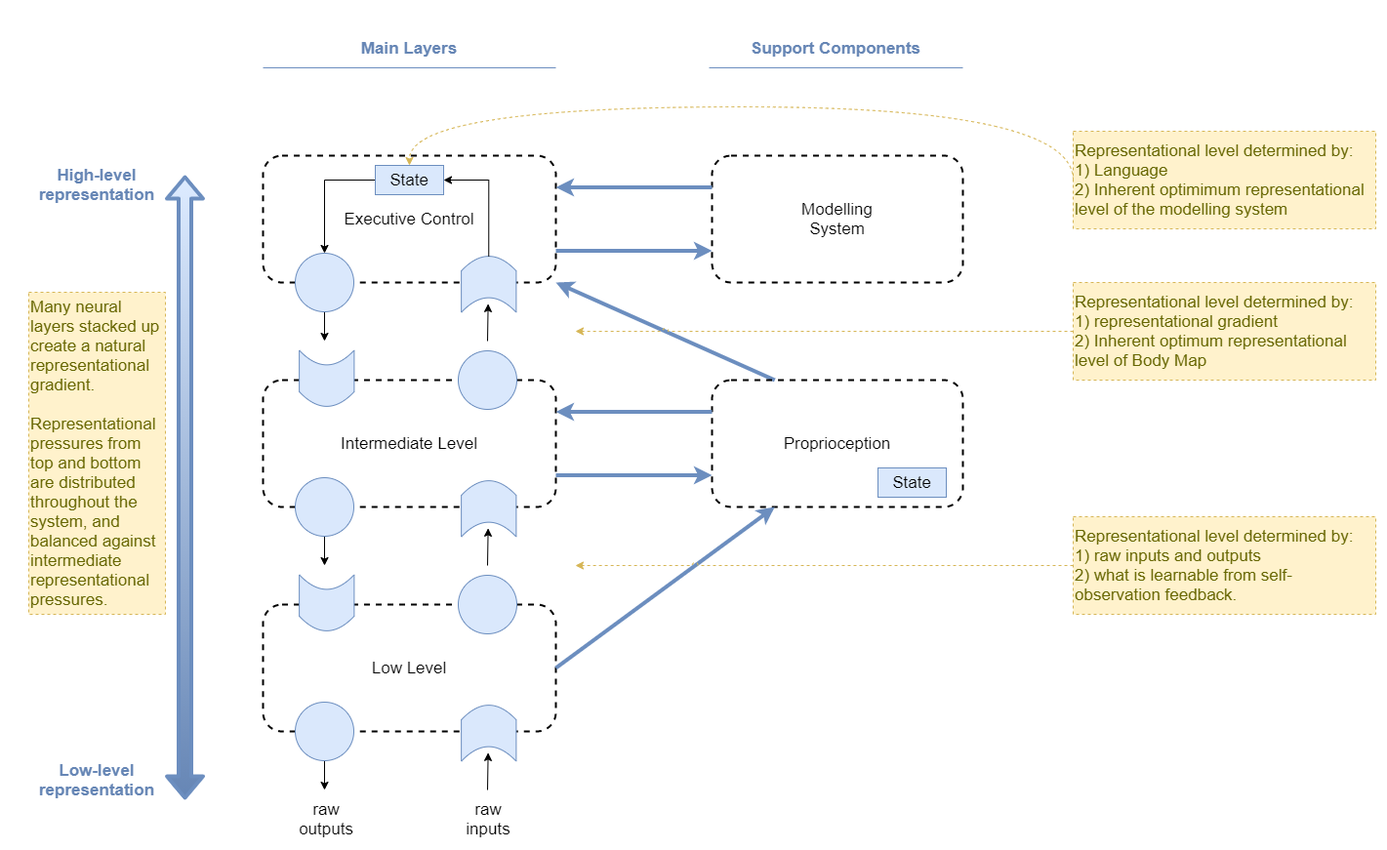
This is files/An-agi-architecture-v1-representational-gradient.png from malcolmlett/malcolmlett.github.io, a draw.io export, as it was before one commit. Source tidied: cells renumbered, new cells last; positions are measured from the earlier drawing's top-left corner, leaving out a move shared by most shapes. Source of this version:
```xml
<mxGraphModel>
  <root>
    <mxCell id="0" />
    <mxCell id="1" parent="0" />
    <mxCell id="2" value="Low Level" style="rounded=1;whiteSpace=wrap;html=1;fillColor=none;dashed=1;strokeWidth=2;fontSize=17;" parent="1" vertex="1">
      <mxGeometry x="240" y="590" width="300" height="130" as="geometry" />
    </mxCell>
    <mxCell id="3" style="edgeStyle=none;rounded=0;jettySize=auto;html=1;fontSize=17;" parent="1" edge="1" source="4">
      <mxGeometry relative="1" as="geometry">
        <mxPoint x="303" y="780" as="targetPoint" />
      </mxGeometry>
    </mxCell>
    <mxCell id="4" style="ellipse;whiteSpace=wrap;html=1;rounded=1;strokeWidth=1;fillColor=#dae8fc;strokeColor=#6c8ebf;fontSize=17;" parent="1" vertex="1">
      <mxGeometry x="273" y="690" width="60" height="60" as="geometry" />
    </mxCell>
    <mxCell id="5" style="ellipse;whiteSpace=wrap;html=1;rounded=1;strokeWidth=1;fillColor=#dae8fc;strokeColor=#6c8ebf;verticalAlign=middle;fontSize=17;" parent="1" vertex="1">
      <mxGeometry x="440" y="560" width="60" height="60" as="geometry" />
    </mxCell>
    <mxCell id="6" style="edgeStyle=none;rounded=0;orthogonalLoop=1;jettySize=auto;html=1;entryX=0.5;entryY=1;entryDx=0;entryDy=0;fontSize=17;" parent="1" edge="1">
      <mxGeometry relative="1" as="geometry">
        <mxPoint x="470" y="780" as="sourcePoint" />
        <mxPoint x="470.6" y="741.9" as="targetPoint" />
      </mxGeometry>
    </mxCell>
    <mxCell id="7" style="shape=dataStorage;whiteSpace=wrap;html=1;fixedSize=1;rounded=1;strokeWidth=1;fillColor=#dae8fc;strokeColor=#6c8ebf;rotation=-90;size=15;horizontal=1;fontSize=17;" parent="1" vertex="1">
      <mxGeometry x="276.5" y="560" width="57.5" height="56.2" as="geometry" />
    </mxCell>
    <mxCell id="8" style="shape=dataStorage;whiteSpace=wrap;html=1;fixedSize=1;rounded=1;strokeWidth=1;fillColor=#dae8fc;strokeColor=#6c8ebf;rotation=90;size=15;horizontal=1;fontSize=17;" parent="1" vertex="1">
      <mxGeometry x="442.5" y="693.8" width="57.5" height="56.2" as="geometry" />
    </mxCell>
    <mxCell id="9" value="Intermediate Level" style="rounded=1;whiteSpace=wrap;html=1;fillColor=none;dashed=1;strokeWidth=2;fontSize=17;" parent="1" vertex="1">
      <mxGeometry x="240" y="360" width="300" height="130" as="geometry" />
    </mxCell>
    <mxCell id="10" style="edgeStyle=none;rounded=0;jettySize=auto;html=1;fontSize=17;" parent="1" edge="1" source="11">
      <mxGeometry relative="1" as="geometry">
        <mxPoint x="303" y="550" as="targetPoint" />
      </mxGeometry>
    </mxCell>
    <mxCell id="11" style="ellipse;whiteSpace=wrap;html=1;rounded=1;strokeWidth=1;fillColor=#dae8fc;strokeColor=#6c8ebf;fontSize=17;" parent="1" vertex="1">
      <mxGeometry x="273" y="460" width="60" height="60" as="geometry" />
    </mxCell>
    <mxCell id="12" style="ellipse;whiteSpace=wrap;html=1;rounded=1;strokeWidth=1;fillColor=#dae8fc;strokeColor=#6c8ebf;verticalAlign=middle;fontSize=17;" parent="1" vertex="1">
      <mxGeometry x="440" y="330" width="60" height="60" as="geometry" />
    </mxCell>
    <mxCell id="13" style="edgeStyle=none;rounded=0;orthogonalLoop=1;jettySize=auto;html=1;entryX=0.5;entryY=1;entryDx=0;entryDy=0;fontSize=17;" parent="1" edge="1">
      <mxGeometry relative="1" as="geometry">
        <mxPoint x="470" y="550" as="sourcePoint" />
        <mxPoint x="470.6" y="511.9" as="targetPoint" />
      </mxGeometry>
    </mxCell>
    <mxCell id="14" style="shape=dataStorage;whiteSpace=wrap;html=1;fixedSize=1;rounded=1;strokeWidth=1;fillColor=#dae8fc;strokeColor=#6c8ebf;rotation=-90;size=15;horizontal=1;fontSize=17;" parent="1" vertex="1">
      <mxGeometry x="276.5" y="330" width="57.5" height="56.2" as="geometry" />
    </mxCell>
    <mxCell id="15" style="shape=dataStorage;whiteSpace=wrap;html=1;fixedSize=1;rounded=1;strokeWidth=1;fillColor=#dae8fc;strokeColor=#6c8ebf;rotation=90;size=15;horizontal=1;fontSize=17;" parent="1" vertex="1">
      <mxGeometry x="442.5" y="463.8" width="57.5" height="56.2" as="geometry" />
    </mxCell>
    <mxCell id="16" value="Executive Control" style="rounded=1;whiteSpace=wrap;html=1;fillColor=none;dashed=1;strokeWidth=2;fontSize=17;" parent="1" vertex="1">
      <mxGeometry x="240" y="130" width="300" height="130" as="geometry" />
    </mxCell>
    <mxCell id="17" style="edgeStyle=none;rounded=0;jettySize=auto;html=1;fontSize=17;" parent="1" edge="1" source="18">
      <mxGeometry relative="1" as="geometry">
        <mxPoint x="303" y="320" as="targetPoint" />
      </mxGeometry>
    </mxCell>
    <mxCell id="18" style="ellipse;whiteSpace=wrap;html=1;rounded=1;strokeWidth=1;fillColor=#dae8fc;strokeColor=#6c8ebf;fontSize=17;" parent="1" vertex="1">
      <mxGeometry x="273" y="230" width="60" height="60" as="geometry" />
    </mxCell>
    <mxCell id="19" style="edgeStyle=none;rounded=0;orthogonalLoop=1;jettySize=auto;html=1;entryX=0.5;entryY=1;entryDx=0;entryDy=0;fontSize=17;" parent="1" edge="1">
      <mxGeometry relative="1" as="geometry">
        <mxPoint x="470" y="320" as="sourcePoint" />
        <mxPoint x="470.6" y="281.9" as="targetPoint" />
      </mxGeometry>
    </mxCell>
    <mxCell id="20" style="shape=dataStorage;whiteSpace=wrap;html=1;fixedSize=1;rounded=1;strokeWidth=1;fillColor=#dae8fc;strokeColor=#6c8ebf;rotation=90;size=15;horizontal=1;fontSize=17;" parent="1" vertex="1">
      <mxGeometry x="442.5" y="233.8" width="57.5" height="56.2" as="geometry" />
    </mxCell>
    <mxCell id="21" style="rounded=1;jettySize=auto;html=1;entryX=1;entryY=1;entryDx=0;entryDy=0;fontSize=17;strokeColor=#6c8ebf;strokeWidth=4;fillColor=#dae8fc;exitX=0.25;exitY=0;exitDx=0;exitDy=0;" parent="1" edge="1" source="22" target="16">
      <mxGeometry relative="1" as="geometry" />
    </mxCell>
    <mxCell id="22" value="Proprioception" style="rounded=1;whiteSpace=wrap;html=1;fillColor=none;dashed=1;strokeWidth=2;fontSize=17;" parent="1" vertex="1">
      <mxGeometry x="700" y="360" width="257" height="130" as="geometry" />
    </mxCell>
    <mxCell id="23" value="State" style="rounded=0;whiteSpace=wrap;html=1;fillColor=#dae8fc;strokeColor=#6c8ebf;fontSize=17;" parent="1" vertex="1">
      <mxGeometry x="870" y="450" width="70" height="30" as="geometry" />
    </mxCell>
    <mxCell id="24" style="endArrow=classic;html=1;exitX=1;exitY=0.5;exitDx=0;exitDy=0;strokeWidth=4;fillColor=#dae8fc;strokeColor=#6c8ebf;entryX=0.25;entryY=1;entryDx=0;entryDy=0;fontSize=17;" parent="1" edge="1" source="2" target="22">
      <mxGeometry relative="1" as="geometry" />
    </mxCell>
    <mxCell id="25" style="endArrow=classic;html=1;exitX=0;exitY=0.25;exitDx=0;exitDy=0;strokeWidth=4;fillColor=#dae8fc;strokeColor=#6c8ebf;entryX=1;entryY=0.25;entryDx=0;entryDy=0;fontSize=17;" parent="1" edge="1" source="22" target="9">
      <mxGeometry relative="1" as="geometry" />
    </mxCell>
    <mxCell id="26" style="endArrow=classic;html=1;exitX=1;exitY=0.75;exitDx=0;exitDy=0;strokeWidth=4;fillColor=#dae8fc;strokeColor=#6c8ebf;entryX=0;entryY=0.75;entryDx=0;entryDy=0;fontSize=17;" parent="1" edge="1" source="9" target="22">
      <mxGeometry relative="1" as="geometry" />
    </mxCell>
    <mxCell id="27" value="Modelling&lt;br&gt;System" style="rounded=1;whiteSpace=wrap;html=1;fillColor=none;dashed=1;strokeWidth=2;fontSize=17;" parent="1" vertex="1">
      <mxGeometry x="700" y="130" width="257" height="130" as="geometry" />
    </mxCell>
    <mxCell id="28" style="endArrow=classic;html=1;exitX=0;exitY=0.25;exitDx=0;exitDy=0;strokeWidth=4;fillColor=#dae8fc;strokeColor=#6c8ebf;entryX=1;entryY=0.25;entryDx=0;entryDy=0;fontSize=17;" parent="1" edge="1" source="27" target="16">
      <mxGeometry relative="1" as="geometry" />
    </mxCell>
    <mxCell id="29" style="endArrow=classic;html=1;exitX=1;exitY=0.75;exitDx=0;exitDy=0;strokeWidth=4;fillColor=#dae8fc;strokeColor=#6c8ebf;entryX=0;entryY=0.75;entryDx=0;entryDy=0;fontSize=17;" parent="1" edge="1" source="16" target="27">
      <mxGeometry relative="1" as="geometry" />
    </mxCell>
    <mxCell id="30" style="shape=flexArrow;endArrow=classic;startArrow=classic;html=1;strokeWidth=4;strokeColor=#6c8ebf;gradientColor=#6686B5;fillColor=#DDEBFF;fontSize=17;" parent="1" edge="1">
      <mxGeometry relative="1" as="geometry">
        <mxPoint x="160" y="790" as="sourcePoint" />
        <mxPoint x="160" y="150" as="targetPoint" />
      </mxGeometry>
    </mxCell>
    <mxCell id="31" value="High-level&lt;br style=&quot;font-size: 17px;&quot;&gt;representation" style="text;html=1;strokeColor=none;fillColor=none;align=center;verticalAlign=middle;whiteSpace=wrap;rounded=0;fontColor=#6686B5;fontStyle=1;fontSize=17;" parent="1" vertex="1">
      <mxGeometry x="20" y="140" width="100" height="40" as="geometry" />
    </mxCell>
    <mxCell id="32" value="Low-level&lt;br style=&quot;font-size: 17px;&quot;&gt;representation" style="text;html=1;strokeColor=none;fillColor=none;align=center;verticalAlign=middle;whiteSpace=wrap;rounded=0;fontColor=#6686B5;fontStyle=1;fontSize=17;" parent="1" vertex="1">
      <mxGeometry x="20" y="750" width="100" height="40" as="geometry" />
    </mxCell>
    <mxCell id="33" value="raw outputs" style="text;html=1;strokeColor=none;fillColor=none;align=center;verticalAlign=middle;whiteSpace=wrap;rounded=0;fontSize=17;" parent="1" vertex="1">
      <mxGeometry x="285" y="800" width="40" height="20" as="geometry" />
    </mxCell>
    <mxCell id="34" value="raw inputs" style="text;html=1;strokeColor=none;fillColor=none;align=center;verticalAlign=middle;whiteSpace=wrap;rounded=0;fontSize=17;" parent="1" vertex="1">
      <mxGeometry x="451.2" y="800" width="40" height="20" as="geometry" />
    </mxCell>
    <mxCell id="35" value="Representational level determined by:&lt;br&gt;1) raw inputs and outputs&lt;br&gt;2) what is learnable from self-observation feedback." style="rounded=0;whiteSpace=wrap;html=1;align=left;fillColor=#fff2cc;strokeColor=#d6b656;fontColor=#666600;dashed=1;fontSize=17;" parent="1" vertex="1">
      <mxGeometry x="1070" y="500" width="310" height="100" as="geometry" />
    </mxCell>
    <mxCell id="36" style="rounded=0;jumpStyle=arc;jettySize=auto;html=1;strokeWidth=1;fontColor=#666600;dashed=1;strokeColor=#d6b656;fillColor=#fff2cc;endArrow=classic;endFill=1;fontSize=17;" parent="1" edge="1" source="35">
      <mxGeometry relative="1" as="geometry">
        <mxPoint x="560" y="550" as="targetPoint" />
      </mxGeometry>
    </mxCell>
    <mxCell id="37" value="Representational level determined by:&lt;br&gt;1) Language&lt;br&gt;2) Inherent optimimum representational level of the modelling system" style="rounded=0;whiteSpace=wrap;html=1;align=left;fillColor=#fff2cc;strokeColor=#d6b656;fontColor=#666600;dashed=1;fontSize=17;" parent="1" vertex="1">
      <mxGeometry x="1070" y="105" width="310" height="100" as="geometry" />
    </mxCell>
    <mxCell id="38" style="jumpStyle=arc;jettySize=auto;html=1;strokeWidth=1;fontColor=#666600;dashed=1;strokeColor=#d6b656;fillColor=#fff2cc;endArrow=classic;endFill=1;fontSize=17;entryX=0.5;entryY=0;entryDx=0;entryDy=0;edgeStyle=orthogonalEdgeStyle;curved=1;exitX=0;exitY=0.5;exitDx=0;exitDy=0;" parent="1" edge="1" source="37" target="40">
      <mxGeometry relative="1" as="geometry">
        <Array as="points">
          <mxPoint x="1070" y="80" />
          <mxPoint x="390" y="80" />
        </Array>
      </mxGeometry>
    </mxCell>
    <mxCell id="39" style="edgeStyle=orthogonalEdgeStyle;rounded=0;jettySize=auto;html=1;fontSize=17;exitX=0;exitY=0.5;exitDx=0;exitDy=0;entryX=0.5;entryY=0;entryDx=0;entryDy=0;" parent="1" edge="1" source="40" target="18">
      <mxGeometry relative="1" as="geometry">
        <Array as="points">
          <mxPoint x="303" y="155" />
        </Array>
      </mxGeometry>
    </mxCell>
    <mxCell id="40" value="State" style="rounded=0;whiteSpace=wrap;html=1;fillColor=#dae8fc;strokeColor=#6c8ebf;fontSize=17;" parent="1" vertex="1">
      <mxGeometry x="355" y="140" width="70" height="30" as="geometry" />
    </mxCell>
    <mxCell id="41" style="edgeStyle=orthogonalEdgeStyle;rounded=0;jettySize=auto;html=1;fontSize=17;exitX=0;exitY=0.5;exitDx=0;exitDy=0;entryX=1;entryY=0.5;entryDx=0;entryDy=0;" parent="1" edge="1" source="20" target="40">
      <mxGeometry relative="1" as="geometry">
        <Array as="points">
          <mxPoint x="471" y="155" />
        </Array>
      </mxGeometry>
    </mxCell>
    <mxCell id="42" value="Representational level determined by:&lt;br&gt;1)&amp;nbsp;representational gradient&lt;br&gt;2) Inherent optimum representational level of Body Map" style="rounded=0;whiteSpace=wrap;html=1;align=left;fillColor=#fff2cc;strokeColor=#d6b656;fontColor=#666600;dashed=1;fontSize=17;" parent="1" vertex="1">
      <mxGeometry x="1070" y="260" width="310" height="100" as="geometry" />
    </mxCell>
    <mxCell id="43" value="Many neural layers stacked up create a natural representational gradient. &lt;br&gt;&lt;br&gt;Representational pressures from top and bottom are distributed throughout the system, and balanced against intermediate representational pressures." style="rounded=0;whiteSpace=wrap;html=1;align=left;fillColor=#fff2cc;strokeColor=#d6b656;fontColor=#666600;dashed=1;fontSize=17;" parent="1" vertex="1">
      <mxGeometry y="270" width="140" height="330" as="geometry" />
    </mxCell>
    <mxCell id="44" value="Main Layers" style="text;html=1;strokeColor=none;fillColor=none;align=center;verticalAlign=middle;whiteSpace=wrap;rounded=0;fontColor=#6686B5;fontStyle=1;fontSize=17;" parent="1" vertex="1">
      <mxGeometry x="240" width="300" height="40" as="geometry" />
    </mxCell>
    <mxCell id="45" style="endArrow=none;html=1;strokeWidth=1;fillColor=#dae8fc;fontSize=12;fontColor=#000000;strokeColor=#6c8ebf;" parent="1" edge="1">
      <mxGeometry relative="1" as="geometry">
        <mxPoint x="240" y="40" as="sourcePoint" />
        <mxPoint x="540" y="40" as="targetPoint" />
      </mxGeometry>
    </mxCell>
    <mxCell id="46" value="Support Components" style="text;html=1;strokeColor=none;fillColor=none;align=center;verticalAlign=middle;whiteSpace=wrap;rounded=0;fontColor=#6686B5;fontStyle=1;fontSize=17;" parent="1" vertex="1">
      <mxGeometry x="697" width="260" height="40" as="geometry" />
    </mxCell>
    <mxCell id="47" style="endArrow=none;html=1;strokeWidth=1;fillColor=#dae8fc;fontSize=12;fontColor=#000000;strokeColor=#6c8ebf;" parent="1" edge="1">
      <mxGeometry relative="1" as="geometry">
        <mxPoint x="697" y="40" as="sourcePoint" />
        <mxPoint x="957" y="40" as="targetPoint" />
      </mxGeometry>
    </mxCell>
    <mxCell id="48" style="rounded=0;jumpStyle=arc;jettySize=auto;html=1;strokeWidth=1;fontColor=#666600;dashed=1;strokeColor=#d6b656;fillColor=#fff2cc;endArrow=classic;endFill=1;fontSize=17;" parent="1" edge="1" source="42">
      <mxGeometry relative="1" as="geometry">
        <mxPoint x="560" y="310" as="targetPoint" />
      </mxGeometry>
    </mxCell>
  </root>
</mxGraphModel>
```
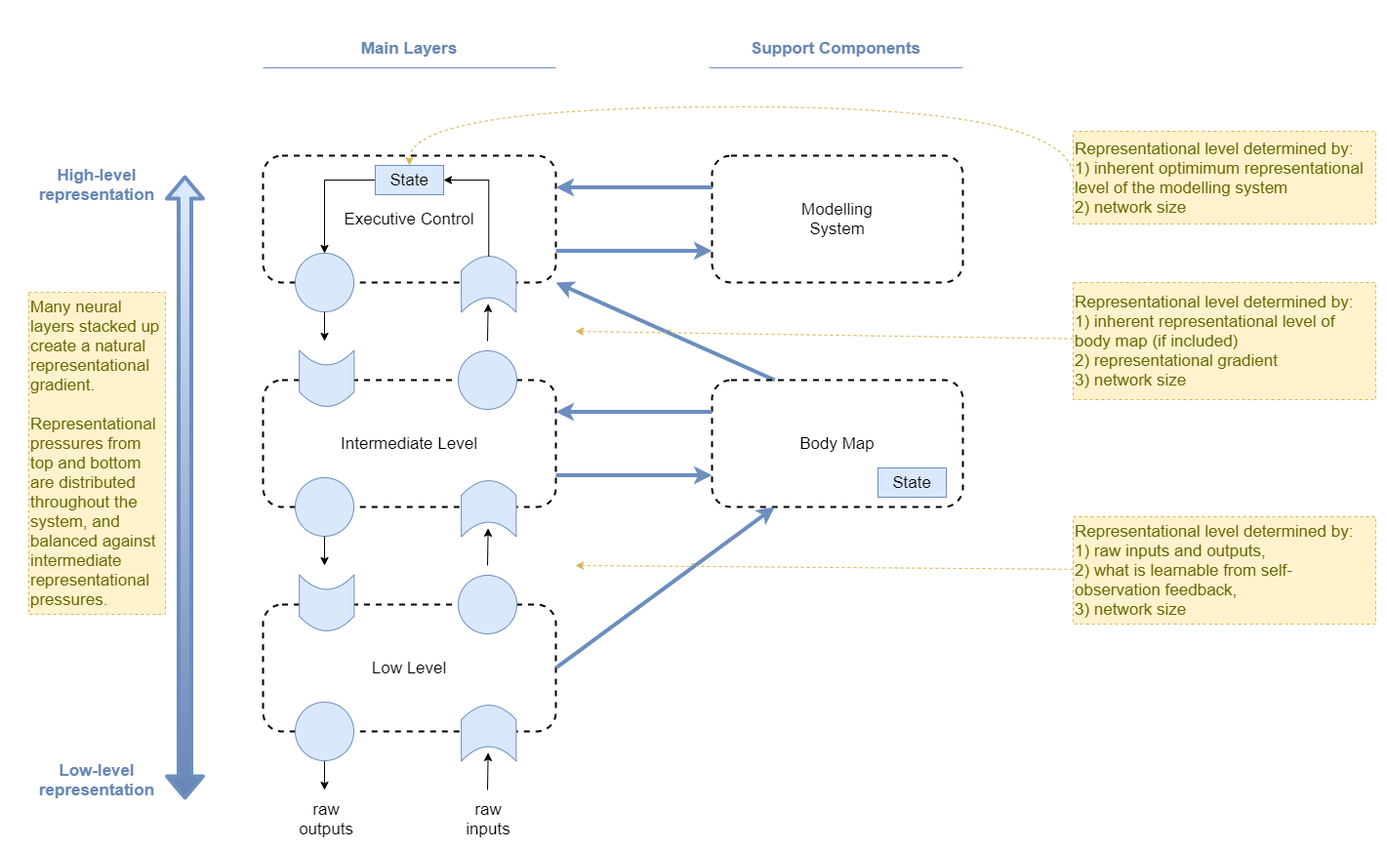
The same diagram one commit later.

Change to the diagram source:
```diff
@@ -77,7 +77,7 @@
     <mxCell id="21" style="rounded=1;jettySize=auto;html=1;entryX=1;entryY=1;entryDx=0;entryDy=0;fontSize=17;strokeColor=#6c8ebf;strokeWidth=4;fillColor=#dae8fc;exitX=0.25;exitY=0;exitDx=0;exitDy=0;" parent="1" edge="1" source="22" target="16">
       <mxGeometry relative="1" as="geometry" />
     </mxCell>
-    <mxCell id="22" value="Proprioception" style="rounded=1;whiteSpace=wrap;html=1;fillColor=none;dashed=1;strokeWidth=2;fontSize=17;" parent="1" vertex="1">
+    <mxCell id="22" value="Body Map" style="rounded=1;whiteSpace=wrap;html=1;fillColor=none;dashed=1;strokeWidth=2;fontSize=17;" parent="1" vertex="1">
       <mxGeometry x="700" y="360" width="257" height="130" as="geometry" />
     </mxCell>
     <mxCell id="23" value="State" style="rounded=0;whiteSpace=wrap;html=1;fillColor=#dae8fc;strokeColor=#6c8ebf;fontSize=17;" parent="1" vertex="1">
@@ -119,16 +119,16 @@
     <mxCell id="34" value="raw inputs" style="text;html=1;strokeColor=none;fillColor=none;align=center;verticalAlign=middle;whiteSpace=wrap;rounded=0;fontSize=17;" parent="1" vertex="1">
       <mxGeometry x="451.2" y="800" width="40" height="20" as="geometry" />
     </mxCell>
-    <mxCell id="35" value="Representational level determined by:&lt;br&gt;1) raw inputs and outputs&lt;br&gt;2) what is learnable from self-observation feedback." style="rounded=0;whiteSpace=wrap;html=1;align=left;fillColor=#fff2cc;strokeColor=#d6b656;fontColor=#666600;dashed=1;fontSize=17;" parent="1" vertex="1">
-      <mxGeometry x="1070" y="500" width="310" height="100" as="geometry" />
+    <mxCell id="35" value="Representational level determined by:&lt;br&gt;1) raw inputs and outputs,&lt;br&gt;2) what is learnable from self-observation feedback,&lt;br&gt;3) network size" style="rounded=0;whiteSpace=wrap;html=1;align=left;fillColor=#fff2cc;strokeColor=#d6b656;fontColor=#666600;dashed=1;fontSize=17;" parent="1" vertex="1">
+      <mxGeometry x="1070" y="500" width="310" height="110" as="geometry" />
     </mxCell>
     <mxCell id="36" style="rounded=0;jumpStyle=arc;jettySize=auto;html=1;strokeWidth=1;fontColor=#666600;dashed=1;strokeColor=#d6b656;fillColor=#fff2cc;endArrow=classic;endFill=1;fontSize=17;" parent="1" edge="1" source="35">
       <mxGeometry relative="1" as="geometry">
         <mxPoint x="560" y="550" as="targetPoint" />
       </mxGeometry>
     </mxCell>
-    <mxCell id="37" value="Representational level determined by:&lt;br&gt;1) Language&lt;br&gt;2) Inherent optimimum representational level of the modelling system" style="rounded=0;whiteSpace=wrap;html=1;align=left;fillColor=#fff2cc;strokeColor=#d6b656;fontColor=#666600;dashed=1;fontSize=17;" parent="1" vertex="1">
-      <mxGeometry x="1070" y="105" width="310" height="100" as="geometry" />
+    <mxCell id="37" value="Representational level determined by:&lt;br&gt;1) inherent optimimum representational level of the modelling system&lt;br&gt;2) network size" style="rounded=0;whiteSpace=wrap;html=1;align=left;fillColor=#fff2cc;strokeColor=#d6b656;fontColor=#666600;dashed=1;fontSize=17;" parent="1" vertex="1">
+      <mxGeometry x="1070" y="105" width="310" height="95" as="geometry" />
     </mxCell>
     <mxCell id="38" style="jumpStyle=arc;jettySize=auto;html=1;strokeWidth=1;fontColor=#666600;dashed=1;strokeColor=#d6b656;fillColor=#fff2cc;endArrow=classic;endFill=1;fontSize=17;entryX=0.5;entryY=0;entryDx=0;entryDy=0;edgeStyle=orthogonalEdgeStyle;curved=1;exitX=0;exitY=0.5;exitDx=0;exitDy=0;" parent="1" edge="1" source="37" target="40">
       <mxGeometry relative="1" as="geometry">
@@ -155,8 +155,8 @@
         </Array>
       </mxGeometry>
     </mxCell>
-    <mxCell id="42" value="Representational level determined by:&lt;br&gt;1)&amp;nbsp;representational gradient&lt;br&gt;2) Inherent optimum representational level of Body Map" style="rounded=0;whiteSpace=wrap;html=1;align=left;fillColor=#fff2cc;strokeColor=#d6b656;fontColor=#666600;dashed=1;fontSize=17;" parent="1" vertex="1">
-      <mxGeometry x="1070" y="260" width="310" height="100" as="geometry" />
+    <mxCell id="42" value="Representational level determined by:&lt;br&gt;1) inherent representational level of body map (if included)&lt;br&gt;2)&amp;nbsp;representational gradient&lt;br&gt;3) network size" style="rounded=0;whiteSpace=wrap;html=1;align=left;fillColor=#fff2cc;strokeColor=#d6b656;fontColor=#666600;dashed=1;fontSize=17;" parent="1" vertex="1">
+      <mxGeometry x="1070" y="260" width="310" height="120" as="geometry" />
     </mxCell>
     <mxCell id="43" value="Many neural layers stacked up create a natural representational gradient. &lt;br&gt;&lt;br&gt;Representational pressures from top and bottom are distributed throughout the system, and balanced against intermediate representational pressures." style="rounded=0;whiteSpace=wrap;html=1;align=left;fillColor=#fff2cc;strokeColor=#d6b656;fontColor=#666600;dashed=1;fontSize=17;" parent="1" vertex="1">
       <mxGeometry y="270" width="140" height="330" as="geometry" />
```
